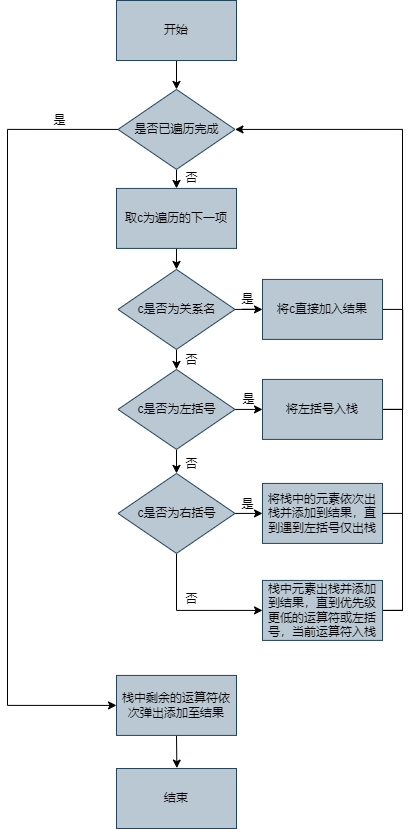
Before: doc/assets/中缀转后缀流程图.png, a diagram exported from draw.io (TuJin07/Relational-Algebra-Operation-System). Source tidied: cells renumbered, new cells last; positions are measured from the earlier drawing's top-left corner, leaving out a move shared by most shapes. Source of this version:
```xml
<mxGraphModel>
  <root>
    <mxCell id="0" />
    <mxCell id="1" parent="0" />
    <mxCell id="2" style="edgeStyle=orthogonalEdgeStyle;rounded=0;jettySize=auto;html=1;exitX=0.5;exitY=1;exitDx=0;exitDy=0;entryX=0.5;entryY=0;entryDx=0;entryDy=0;" parent="1" edge="1" source="3" target="9">
      <mxGeometry relative="1" as="geometry" />
    </mxCell>
    <mxCell id="3" value="取c为遍历的下一项" style="rounded=0;whiteSpace=wrap;html=1;fillColor=#bac8d3;strokeColor=#23445d;" parent="1" vertex="1">
      <mxGeometry x="109" y="187.9" width="120" height="60" as="geometry" />
    </mxCell>
    <mxCell id="4" style="edgeStyle=orthogonalEdgeStyle;rounded=0;jettySize=auto;html=1;exitX=0.5;exitY=1;exitDx=0;exitDy=0;entryX=0.5;entryY=0;entryDx=0;entryDy=0;" parent="1" edge="1" source="6" target="3">
      <mxGeometry relative="1" as="geometry" />
    </mxCell>
    <mxCell id="5" style="edgeStyle=orthogonalEdgeStyle;rounded=0;jettySize=auto;html=1;exitX=0;exitY=0.5;exitDx=0;exitDy=0;entryX=0;entryY=0.5;entryDx=0;entryDy=0;startArrow=none;startFill=0;endArrow=classic;endFill=1;" parent="1" edge="1" source="6" target="25">
      <mxGeometry relative="1" as="geometry">
        <Array as="points">
          <mxPoint y="128.9" />
          <mxPoint y="704.9" />
        </Array>
      </mxGeometry>
    </mxCell>
    <mxCell id="6" value="是否已遍历完成" style="rhombus;whiteSpace=wrap;html=1;fillColor=#bac8d3;strokeColor=#23445d;" parent="1" vertex="1">
      <mxGeometry x="110.5" y="88.9" width="117" height="80" as="geometry" />
    </mxCell>
    <mxCell id="7" style="edgeStyle=orthogonalEdgeStyle;rounded=0;jettySize=auto;html=1;exitX=0.5;exitY=1;exitDx=0;exitDy=0;entryX=0.5;entryY=0;entryDx=0;entryDy=0;" parent="1" edge="1" source="9" target="12">
      <mxGeometry relative="1" as="geometry" />
    </mxCell>
    <mxCell id="8" style="edgeStyle=orthogonalEdgeStyle;rounded=0;jettySize=auto;html=1;exitX=1;exitY=0.5;exitDx=0;exitDy=0;startArrow=none;startFill=0;endArrow=classic;endFill=1;" parent="1" edge="1" source="9" target="17">
      <mxGeometry relative="1" as="geometry" />
    </mxCell>
    <mxCell id="9" value="c是否为关系名" style="rhombus;whiteSpace=wrap;html=1;fillColor=#bac8d3;strokeColor=#23445d;" parent="1" vertex="1">
      <mxGeometry x="110.5" y="268.9" width="117" height="80" as="geometry" />
    </mxCell>
    <mxCell id="10" style="edgeStyle=orthogonalEdgeStyle;rounded=0;jettySize=auto;html=1;exitX=0.5;exitY=1;exitDx=0;exitDy=0;entryX=0.5;entryY=0;entryDx=0;entryDy=0;" parent="1" edge="1" source="12" target="15">
      <mxGeometry relative="1" as="geometry" />
    </mxCell>
    <mxCell id="11" style="edgeStyle=orthogonalEdgeStyle;rounded=0;jettySize=auto;html=1;exitX=1;exitY=0.5;exitDx=0;exitDy=0;entryX=0;entryY=0.5;entryDx=0;entryDy=0;startArrow=none;startFill=0;endArrow=classic;endFill=1;" parent="1" edge="1" source="12" target="19">
      <mxGeometry relative="1" as="geometry" />
    </mxCell>
    <mxCell id="12" value="c是否为左括号" style="rhombus;whiteSpace=wrap;html=1;fillColor=#bac8d3;strokeColor=#23445d;" parent="1" vertex="1">
      <mxGeometry x="110.5" y="368.9" width="117" height="80" as="geometry" />
    </mxCell>
    <mxCell id="13" style="edgeStyle=orthogonalEdgeStyle;rounded=0;jettySize=auto;html=1;exitX=1;exitY=0.5;exitDx=0;exitDy=0;entryX=0;entryY=0.5;entryDx=0;entryDy=0;startArrow=none;startFill=0;endArrow=classic;endFill=1;" parent="1" edge="1" source="15" target="20">
      <mxGeometry relative="1" as="geometry" />
    </mxCell>
    <mxCell id="14" style="edgeStyle=orthogonalEdgeStyle;rounded=0;jettySize=auto;html=1;exitX=0.5;exitY=1;exitDx=0;exitDy=0;entryX=0;entryY=0.5;entryDx=0;entryDy=0;startArrow=none;startFill=0;endArrow=classic;endFill=1;" parent="1" edge="1" source="15" target="23">
      <mxGeometry relative="1" as="geometry" />
    </mxCell>
    <mxCell id="15" value="c是否为右括号" style="rhombus;whiteSpace=wrap;html=1;fillColor=#bac8d3;strokeColor=#23445d;" parent="1" vertex="1">
      <mxGeometry x="110.5" y="472.9" width="117" height="80" as="geometry" />
    </mxCell>
    <mxCell id="16" style="edgeStyle=orthogonalEdgeStyle;rounded=0;jettySize=auto;html=1;exitX=1;exitY=0.5;exitDx=0;exitDy=0;entryX=1;entryY=0.5;entryDx=0;entryDy=0;startArrow=none;startFill=0;endArrow=none;endFill=0;" parent="1" edge="1" source="17" target="19">
      <mxGeometry relative="1" as="geometry" />
    </mxCell>
    <mxCell id="17" value="将c直接加入结果" style="rounded=0;whiteSpace=wrap;html=1;fillColor=#bac8d3;strokeColor=#23445d;" parent="1" vertex="1">
      <mxGeometry x="255" y="278.9" width="120" height="60" as="geometry" />
    </mxCell>
    <mxCell id="18" style="edgeStyle=orthogonalEdgeStyle;rounded=0;jettySize=auto;html=1;exitX=1;exitY=0.5;exitDx=0;exitDy=0;endArrow=none;endFill=0;" parent="1" edge="1" source="19">
      <mxGeometry relative="1" as="geometry">
        <mxPoint x="395.2" y="309.4" as="targetPoint" />
      </mxGeometry>
    </mxCell>
    <mxCell id="19" value="将左括号入栈" style="rounded=0;whiteSpace=wrap;html=1;fillColor=#bac8d3;strokeColor=#23445d;" parent="1" vertex="1">
      <mxGeometry x="255" y="378.9" width="120" height="60" as="geometry" />
    </mxCell>
    <mxCell id="20" value="将栈中的元素依次出栈并添加到结果，直到遇到左括号仅出栈" style="rounded=0;whiteSpace=wrap;html=1;fillColor=#bac8d3;strokeColor=#23445d;" parent="1" vertex="1">
      <mxGeometry x="255" y="482.9" width="120" height="60" as="geometry" />
    </mxCell>
    <mxCell id="21" style="edgeStyle=orthogonalEdgeStyle;rounded=0;jettySize=auto;html=1;exitX=1;exitY=0.5;exitDx=0;exitDy=0;entryX=1;entryY=0.5;entryDx=0;entryDy=0;startArrow=none;startFill=0;endArrow=none;endFill=0;" parent="1" edge="1" source="23" target="20">
      <mxGeometry relative="1" as="geometry" />
    </mxCell>
    <mxCell id="22" style="edgeStyle=orthogonalEdgeStyle;rounded=0;jettySize=auto;html=1;exitX=1;exitY=0.5;exitDx=0;exitDy=0;entryX=1;entryY=0.5;entryDx=0;entryDy=0;startArrow=none;startFill=0;endArrow=classic;endFill=1;" parent="1" edge="1" source="23" target="6">
      <mxGeometry relative="1" as="geometry" />
    </mxCell>
    <mxCell id="23" value="栈中元素出栈并添加到结果，直到优先级更低的运算符或左括号，当前运算符入栈" style="rounded=0;whiteSpace=wrap;html=1;fillColor=#bac8d3;strokeColor=#23445d;" parent="1" vertex="1">
      <mxGeometry x="255" y="579.9" width="120" height="60" as="geometry" />
    </mxCell>
    <mxCell id="24" style="edgeStyle=orthogonalEdgeStyle;rounded=0;jettySize=auto;html=1;exitX=0.5;exitY=1;exitDx=0;exitDy=0;startArrow=none;startFill=0;endArrow=classic;endFill=1;" parent="1" edge="1" source="25">
      <mxGeometry relative="1" as="geometry">
        <mxPoint x="169.4" y="767.6" as="targetPoint" />
      </mxGeometry>
    </mxCell>
    <mxCell id="25" value="栈中剩余的运算符依次弹出添加至结果" style="rounded=0;whiteSpace=wrap;html=1;fillColor=#bac8d3;strokeColor=#23445d;" parent="1" vertex="1">
      <mxGeometry x="109" y="674.9" width="120" height="60" as="geometry" />
    </mxCell>
    <mxCell id="26" style="edgeStyle=orthogonalEdgeStyle;rounded=0;jettySize=auto;html=1;exitX=0.5;exitY=1;exitDx=0;exitDy=0;entryX=0.5;entryY=0;entryDx=0;entryDy=0;startArrow=none;startFill=0;endArrow=classic;endFill=1;" parent="1" edge="1" source="27" target="6">
      <mxGeometry relative="1" as="geometry" />
    </mxCell>
    <mxCell id="27" value="开始" style="rounded=0;whiteSpace=wrap;html=1;fillColor=#bac8d3;strokeColor=#23445d;" parent="1" vertex="1">
      <mxGeometry x="109" width="120" height="60" as="geometry" />
    </mxCell>
    <mxCell id="28" value="结束" style="rounded=0;whiteSpace=wrap;html=1;fillColor=#bac8d3;strokeColor=#23445d;" parent="1" vertex="1">
      <mxGeometry x="109" y="768" width="120" height="60" as="geometry" />
    </mxCell>
    <mxCell id="29" value="&lt;font style=&quot;font-size: 8px;&quot;&gt;是&lt;/font&gt;" style="text;html=1;strokeColor=none;fillColor=none;align=center;verticalAlign=middle;whiteSpace=wrap;rounded=0;" parent="1" vertex="1">
      <mxGeometry x="40" y="111" width="25" height="18" as="geometry" />
    </mxCell>
    <mxCell id="30" value="&lt;font style=&quot;font-size: 8px;&quot;&gt;是&lt;/font&gt;" style="text;html=1;strokeColor=none;fillColor=none;align=center;verticalAlign=middle;whiteSpace=wrap;rounded=0;" parent="1" vertex="1">
      <mxGeometry x="227.5" y="290" width="25" height="18" as="geometry" />
    </mxCell>
    <mxCell id="31" value="&lt;font style=&quot;font-size: 8px;&quot;&gt;是&lt;/font&gt;" style="text;html=1;strokeColor=none;fillColor=none;align=center;verticalAlign=middle;whiteSpace=wrap;rounded=0;" parent="1" vertex="1">
      <mxGeometry x="229" y="390" width="25" height="18" as="geometry" />
    </mxCell>
    <mxCell id="32" value="&lt;font style=&quot;font-size: 8px;&quot;&gt;是&lt;/font&gt;" style="text;html=1;strokeColor=none;fillColor=none;align=center;verticalAlign=middle;whiteSpace=wrap;rounded=0;" parent="1" vertex="1">
      <mxGeometry x="227.5" y="495" width="25" height="18" as="geometry" />
    </mxCell>
    <mxCell id="33" value="&lt;font style=&quot;font-size: 8px;&quot;&gt;否&lt;/font&gt;" style="text;html=1;strokeColor=none;fillColor=none;align=center;verticalAlign=middle;whiteSpace=wrap;rounded=0;" parent="1" vertex="1">
      <mxGeometry x="172" y="168.9" width="25" height="18" as="geometry" />
    </mxCell>
    <mxCell id="34" value="&lt;font style=&quot;font-size: 8px;&quot;&gt;否&lt;/font&gt;" style="text;html=1;strokeColor=none;fillColor=none;align=center;verticalAlign=middle;whiteSpace=wrap;rounded=0;" parent="1" vertex="1">
      <mxGeometry x="172" y="350.9" width="25" height="18" as="geometry" />
    </mxCell>
    <mxCell id="35" value="&lt;font style=&quot;font-size: 8px;&quot;&gt;否&lt;/font&gt;" style="text;html=1;strokeColor=none;fillColor=none;align=center;verticalAlign=middle;whiteSpace=wrap;rounded=0;" parent="1" vertex="1">
      <mxGeometry x="172" y="454.9" width="25" height="18" as="geometry" />
    </mxCell>
    <mxCell id="36" value="&lt;font style=&quot;font-size: 8px;&quot;&gt;否&lt;/font&gt;" style="text;html=1;strokeColor=none;fillColor=none;align=center;verticalAlign=middle;whiteSpace=wrap;rounded=0;" parent="1" vertex="1">
      <mxGeometry x="172" y="590" width="25" height="18" as="geometry" />
    </mxCell>
  </root>
</mxGraphModel>
```
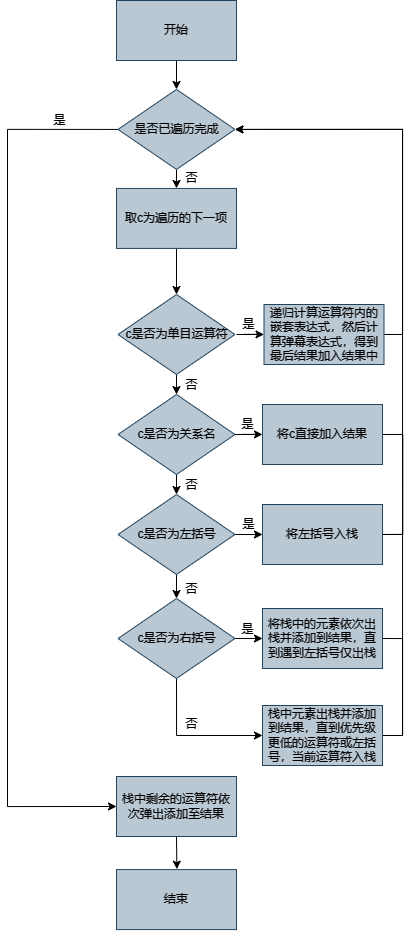
The same diagram one commit later.

What changed in the source:
```diff
@@ -2,11 +2,11 @@
   <root>
     <mxCell id="0" />
     <mxCell id="1" parent="0" />
-    <mxCell id="2" style="edgeStyle=orthogonalEdgeStyle;rounded=0;jettySize=auto;html=1;exitX=0.5;exitY=1;exitDx=0;exitDy=0;entryX=0.5;entryY=0;entryDx=0;entryDy=0;" parent="1" edge="1" source="3" target="9">
-      <mxGeometry relative="1" as="geometry" />
-    </mxCell>
+    <mxCell id="37" style="edgeStyle=orthogonalEdgeStyle;rounded=0;jettySize=auto;html=1;exitX=0.5;exitY=1;exitDx=0;exitDy=0;" parent="1" edge="1" source="3" target="39">
+      <mxGeometry relative="1" as="geometry" />
+    </mxCell>
     <mxCell id="3" value="取c为遍历的下一项" style="rounded=0;whiteSpace=wrap;html=1;fillColor=#bac8d3;strokeColor=#23445d;" parent="1" vertex="1">
-      <mxGeometry x="109" y="187.9" width="120" height="60" as="geometry" />
+      <mxGeometry x="109" y="62.8" width="120" height="60" as="geometry" />
     </mxCell>
     <mxCell id="4" style="edgeStyle=orthogonalEdgeStyle;rounded=0;jettySize=auto;html=1;exitX=0.5;exitY=1;exitDx=0;exitDy=0;entryX=0.5;entryY=0;entryDx=0;entryDy=0;" parent="1" edge="1" source="6" target="3">
       <mxGeometry relative="1" as="geometry" />
@@ -14,13 +14,13 @@
     <mxCell id="5" style="edgeStyle=orthogonalEdgeStyle;rounded=0;jettySize=auto;html=1;exitX=0;exitY=0.5;exitDx=0;exitDy=0;entryX=0;entryY=0.5;entryDx=0;entryDy=0;startArrow=none;startFill=0;endArrow=classic;endFill=1;" parent="1" edge="1" source="6" target="25">
       <mxGeometry relative="1" as="geometry">
         <Array as="points">
-          <mxPoint y="128.9" />
-          <mxPoint y="704.9" />
+          <mxPoint y="3.9" />
+          <mxPoint y="680.9" />
         </Array>
       </mxGeometry>
     </mxCell>
     <mxCell id="6" value="是否已遍历完成" style="rhombus;whiteSpace=wrap;html=1;fillColor=#bac8d3;strokeColor=#23445d;" parent="1" vertex="1">
-      <mxGeometry x="110.5" y="88.9" width="117" height="80" as="geometry" />
+      <mxGeometry x="110.5" y="-36.2" width="117" height="80" as="geometry" />
     </mxCell>
     <mxCell id="7" style="edgeStyle=orthogonalEdgeStyle;rounded=0;jettySize=auto;html=1;exitX=0.5;exitY=1;exitDx=0;exitDy=0;entryX=0.5;entryY=0;entryDx=0;entryDy=0;" parent="1" edge="1" source="9" target="12">
       <mxGeometry relative="1" as="geometry" />
@@ -77,23 +77,23 @@
     </mxCell>
     <mxCell id="24" style="edgeStyle=orthogonalEdgeStyle;rounded=0;jettySize=auto;html=1;exitX=0.5;exitY=1;exitDx=0;exitDy=0;startArrow=none;startFill=0;endArrow=classic;endFill=1;" parent="1" edge="1" source="25">
       <mxGeometry relative="1" as="geometry">
-        <mxPoint x="169.4" y="767.6" as="targetPoint" />
+        <mxPoint x="169.4" y="743.6" as="targetPoint" />
       </mxGeometry>
     </mxCell>
     <mxCell id="25" value="栈中剩余的运算符依次弹出添加至结果" style="rounded=0;whiteSpace=wrap;html=1;fillColor=#bac8d3;strokeColor=#23445d;" parent="1" vertex="1">
-      <mxGeometry x="109" y="674.9" width="120" height="60" as="geometry" />
+      <mxGeometry x="109" y="650.9" width="120" height="60" as="geometry" />
     </mxCell>
     <mxCell id="26" style="edgeStyle=orthogonalEdgeStyle;rounded=0;jettySize=auto;html=1;exitX=0.5;exitY=1;exitDx=0;exitDy=0;entryX=0.5;entryY=0;entryDx=0;entryDy=0;startArrow=none;startFill=0;endArrow=classic;endFill=1;" parent="1" edge="1" source="27" target="6">
       <mxGeometry relative="1" as="geometry" />
     </mxCell>
     <mxCell id="27" value="开始" style="rounded=0;whiteSpace=wrap;html=1;fillColor=#bac8d3;strokeColor=#23445d;" parent="1" vertex="1">
-      <mxGeometry x="109" width="120" height="60" as="geometry" />
+      <mxGeometry x="109" y="-125.1" width="120" height="60" as="geometry" />
     </mxCell>
     <mxCell id="28" value="结束" style="rounded=0;whiteSpace=wrap;html=1;fillColor=#bac8d3;strokeColor=#23445d;" parent="1" vertex="1">
-      <mxGeometry x="109" y="768" width="120" height="60" as="geometry" />
+      <mxGeometry x="109" y="744" width="120" height="60" as="geometry" />
     </mxCell>
     <mxCell id="29" value="&lt;font style=&quot;font-size: 8px;&quot;&gt;是&lt;/font&gt;" style="text;html=1;strokeColor=none;fillColor=none;align=center;verticalAlign=middle;whiteSpace=wrap;rounded=0;" parent="1" vertex="1">
-      <mxGeometry x="40" y="111" width="25" height="18" as="geometry" />
+      <mxGeometry x="40" y="-14.1" width="25" height="18" as="geometry" />
     </mxCell>
     <mxCell id="30" value="&lt;font style=&quot;font-size: 8px;&quot;&gt;是&lt;/font&gt;" style="text;html=1;strokeColor=none;fillColor=none;align=center;verticalAlign=middle;whiteSpace=wrap;rounded=0;" parent="1" vertex="1">
       <mxGeometry x="227.5" y="290" width="25" height="18" as="geometry" />
@@ -105,7 +105,7 @@
       <mxGeometry x="227.5" y="495" width="25" height="18" as="geometry" />
     </mxCell>
     <mxCell id="33" value="&lt;font style=&quot;font-size: 8px;&quot;&gt;否&lt;/font&gt;" style="text;html=1;strokeColor=none;fillColor=none;align=center;verticalAlign=middle;whiteSpace=wrap;rounded=0;" parent="1" vertex="1">
-      <mxGeometry x="172" y="168.9" width="25" height="18" as="geometry" />
+      <mxGeometry x="172" y="43.8" width="25" height="18" as="geometry" />
     </mxCell>
     <mxCell id="34" value="&lt;font style=&quot;font-size: 8px;&quot;&gt;否&lt;/font&gt;" style="text;html=1;strokeColor=none;fillColor=none;align=center;verticalAlign=middle;whiteSpace=wrap;rounded=0;" parent="1" vertex="1">
       <mxGeometry x="172" y="350.9" width="25" height="18" as="geometry" />
@@ -116,5 +116,35 @@
     <mxCell id="36" value="&lt;font style=&quot;font-size: 8px;&quot;&gt;否&lt;/font&gt;" style="text;html=1;strokeColor=none;fillColor=none;align=center;verticalAlign=middle;whiteSpace=wrap;rounded=0;" parent="1" vertex="1">
       <mxGeometry x="172" y="590" width="25" height="18" as="geometry" />
     </mxCell>
+    <mxCell id="38" style="edgeStyle=orthogonalEdgeStyle;rounded=0;jettySize=auto;html=1;exitX=0.5;exitY=1;exitDx=0;exitDy=0;entryX=0.5;entryY=0;entryDx=0;entryDy=0;" parent="1" edge="1" source="39">
+      <mxGeometry relative="1" as="geometry">
+        <mxPoint x="169" y="268.9" as="targetPoint" />
+      </mxGeometry>
+    </mxCell>
+    <mxCell id="39" value="c是否为单目运算符" style="rhombus;whiteSpace=wrap;html=1;fillColor=#bac8d3;strokeColor=#23445d;" parent="1" vertex="1">
+      <mxGeometry x="110.5" y="168.9" width="117" height="80" as="geometry" />
+    </mxCell>
+    <mxCell id="40" value="&lt;font style=&quot;font-size: 8px;&quot;&gt;否&lt;/font&gt;" style="text;html=1;strokeColor=none;fillColor=none;align=center;verticalAlign=middle;whiteSpace=wrap;rounded=0;" parent="1" vertex="1">
+      <mxGeometry x="172" y="250.9" width="25" height="18" as="geometry" />
+    </mxCell>
+    <mxCell id="41" style="edgeStyle=orthogonalEdgeStyle;rounded=0;jettySize=auto;html=1;exitX=1;exitY=0.5;exitDx=0;exitDy=0;startArrow=none;startFill=0;endArrow=classic;endFill=1;" parent="1" edge="1" target="43">
+      <mxGeometry relative="1" as="geometry">
+        <mxPoint x="229" y="208.9" as="sourcePoint" />
+      </mxGeometry>
+    </mxCell>
+    <mxCell id="42" style="edgeStyle=orthogonalEdgeStyle;rounded=0;jettySize=auto;html=1;exitX=1;exitY=0.5;exitDx=0;exitDy=0;entryX=1;entryY=0.5;entryDx=0;entryDy=0;" parent="1" edge="1" source="43" target="6">
+      <mxGeometry relative="1" as="geometry">
+        <Array as="points">
+          <mxPoint x="395" y="208.9" />
+          <mxPoint x="395" y="3.9" />
+        </Array>
+      </mxGeometry>
+    </mxCell>
+    <mxCell id="43" value="递归计算运算符内的嵌套表达式，然后计算弹幕表达式，得到最后结果加入结果中" style="rounded=0;whiteSpace=wrap;html=1;fillColor=#bac8d3;strokeColor=#23445d;" parent="1" vertex="1">
+      <mxGeometry x="256.5" y="178.9" width="120" height="60" as="geometry" />
+    </mxCell>
+    <mxCell id="44" value="&lt;font style=&quot;font-size: 8px;&quot;&gt;是&lt;/font&gt;" style="text;html=1;strokeColor=none;fillColor=none;align=center;verticalAlign=middle;whiteSpace=wrap;rounded=0;" parent="1" vertex="1">
+      <mxGeometry x="229" y="190" width="25" height="18" as="geometry" />
+    </mxCell>
   </root>
 </mxGraphModel>
```
